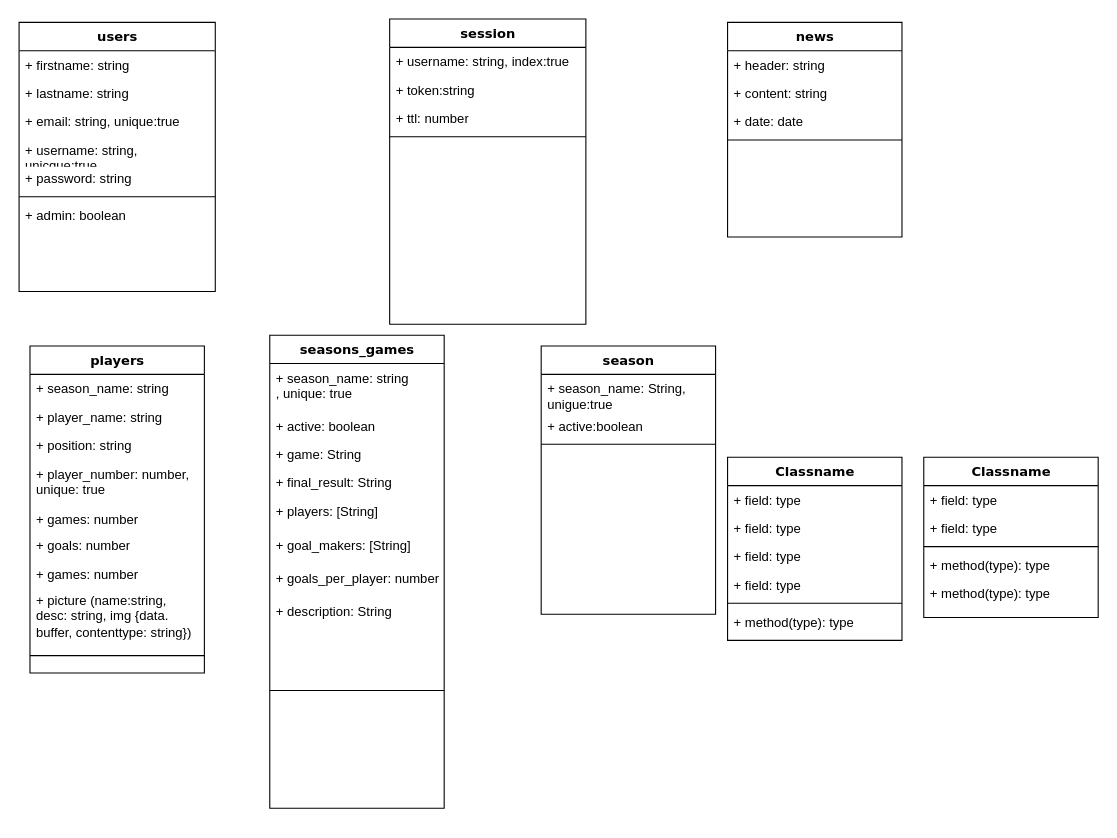
blackunicorn89/football_backend keeps this draw.io diagram as models.drawio. Above is the earlier version. Source tidied: cells renumbered, new cells numbered last; positions are measured from the earlier drawing's top-left corner, leaving out a move shared by most shapes. Both pictures are drawn from the tidied source at 109%, with x=0, y=0 at pixel (19, 19).
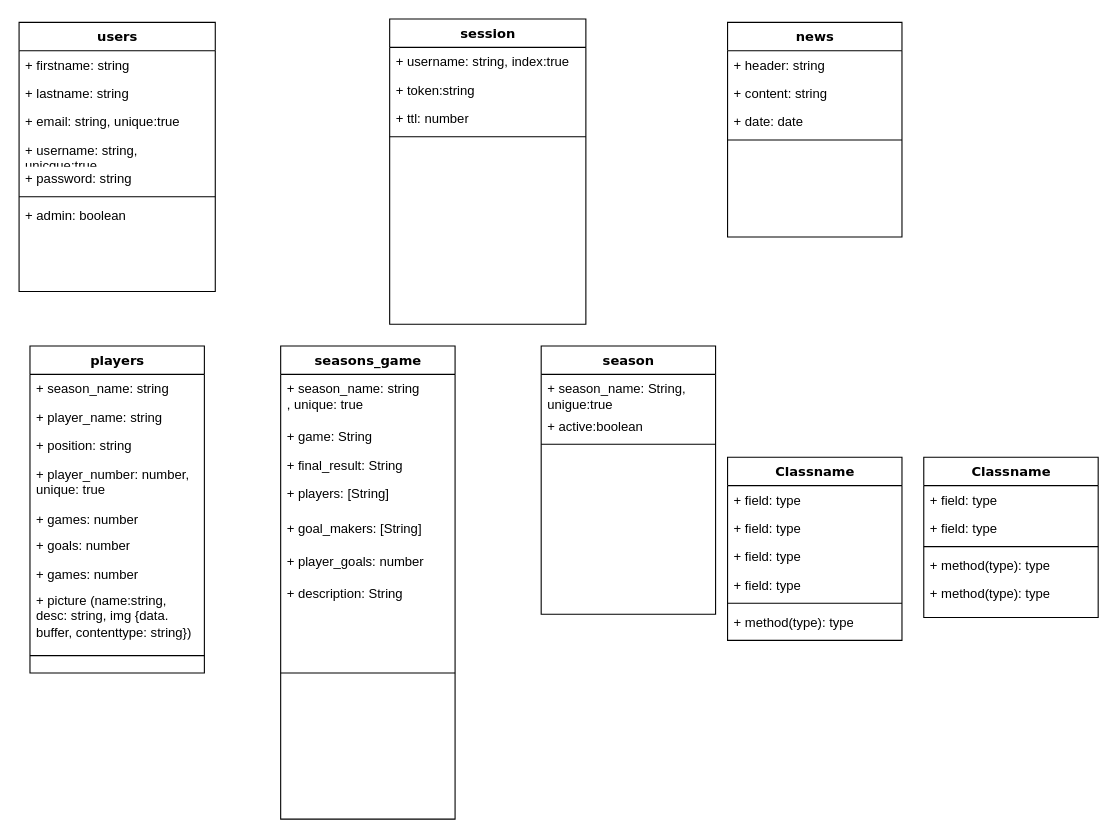
After the change.

The edit, as a diff of the source:
```diff
@@
-    <mxCell id="30" value="&lt;div&gt;seasons_games&lt;/div&gt;&lt;div&gt;&lt;br&gt;&lt;/div&gt;" style="swimlane;html=1;fontStyle=1;align=center;verticalAlign=top;horizontal=1;startSize=26;swimlaneFillColor=#ffffff;rounded=0;shadow=0;comic=0;labelBackgroundColor=none;strokeWidth=1;fillColor=none;fontFamily=Verdana;fontSize=12;" parent="1" vertex="1">
-      <mxGeometry x="230" y="290" width="160" height="434" as="geometry" />
+    <mxCell id="30" value="&lt;div&gt;seasons_game&lt;/div&gt;&lt;div&gt;&lt;br&gt;&lt;/div&gt;" style="swimlane;html=1;fontStyle=1;align=center;verticalAlign=top;horizontal=1;startSize=26;swimlaneFillColor=#ffffff;rounded=0;shadow=0;comic=0;labelBackgroundColor=none;strokeWidth=1;fillColor=none;fontFamily=Verdana;fontSize=12;" parent="1" vertex="1">
+      <mxGeometry x="240" y="300" width="160" height="434" as="geometry" />
     </mxCell>
@@
-    <mxCell id="32" value="+ active: boolean" style="text;html=1;strokeColor=none;fillColor=none;align=left;verticalAlign=top;spacingLeft=4;spacingRight=4;whiteSpace=wrap;overflow=hidden;" parent="30" vertex="1">
-      <mxGeometry y="70" width="160" height="26" as="geometry" />
-    </mxCell>
     <mxCell id="33" value="&lt;div&gt;+ game: String&lt;/div&gt;&lt;div&gt;&lt;br&gt;&lt;/div&gt;" style="text;html=1;strokeColor=none;fillColor=none;align=left;verticalAlign=top;spacingLeft=4;spacingRight=4;whiteSpace=wrap;overflow=hidden;" parent="30" vertex="1">
-      <mxGeometry y="96" width="160" height="26" as="geometry" />
+      <mxGeometry y="70" width="160" height="26" as="geometry" />
     </mxCell>
     <mxCell id="34" value="+ final_result: String" style="text;html=1;strokeColor=none;fillColor=none;align=left;verticalAlign=top;spacingLeft=4;spacingRight=4;whiteSpace=wrap;overflow=hidden;" parent="30" vertex="1">
-      <mxGeometry y="122" width="160" height="26" as="geometry" />
+      <mxGeometry y="96" width="160" height="26" as="geometry" />
     </mxCell>
     <mxCell id="35" value="+ players: [String]" style="text;html=1;strokeColor=none;fillColor=none;align=left;verticalAlign=top;spacingLeft=4;spacingRight=4;whiteSpace=wrap;overflow=hidden;" parent="30" vertex="1">
-      <mxGeometry y="148" width="160" height="32" as="geometry" />
+      <mxGeometry y="122" width="160" height="32" as="geometry" />
     </mxCell>
     <mxCell id="36" value="+ goal_makers: [String]" style="text;html=1;strokeColor=none;fillColor=none;align=left;verticalAlign=top;spacingLeft=4;spacingRight=4;whiteSpace=wrap;overflow=hidden;" parent="30" vertex="1">
-      <mxGeometry y="180" width="160" height="30" as="geometry" />
+      <mxGeometry y="154" width="160" height="30" as="geometry" />
     </mxCell>
-    <mxCell id="37" value="+ goals_per_player: number" style="text;html=1;strokeColor=none;fillColor=none;align=left;verticalAlign=top;spacingLeft=4;spacingRight=4;whiteSpace=wrap;overflow=hidden;" parent="30" vertex="1">
-      <mxGeometry y="210" width="160" height="30" as="geometry" />
+    <mxCell id="37" value="+ player_goals: number" style="text;html=1;strokeColor=none;fillColor=none;align=left;verticalAlign=top;spacingLeft=4;spacingRight=4;whiteSpace=wrap;overflow=hidden;" parent="30" vertex="1">
+      <mxGeometry y="184" width="160" height="30" as="geometry" />
     </mxCell>
     <mxCell id="38" value="+ description: String" style="text;html=1;strokeColor=none;fillColor=none;align=left;verticalAlign=top;spacingLeft=4;spacingRight=4;whiteSpace=wrap;overflow=hidden;" parent="30" vertex="1">
-      <mxGeometry y="240" width="160" height="26" as="geometry" />
+      <mxGeometry y="214" width="160" height="26" as="geometry" />
     </mxCell>
     <mxCell id="39" style="line;html=1;strokeWidth=1;fillColor=none;align=left;verticalAlign=middle;spacingTop=-1;spacingLeft=3;spacingRight=3;labelPosition=right;" parent="30" vertex="1">
-      <mxGeometry y="266" width="160" height="120" as="geometry" />
+      <mxGeometry y="240" width="160" height="120" as="geometry" />
     </mxCell>
```
